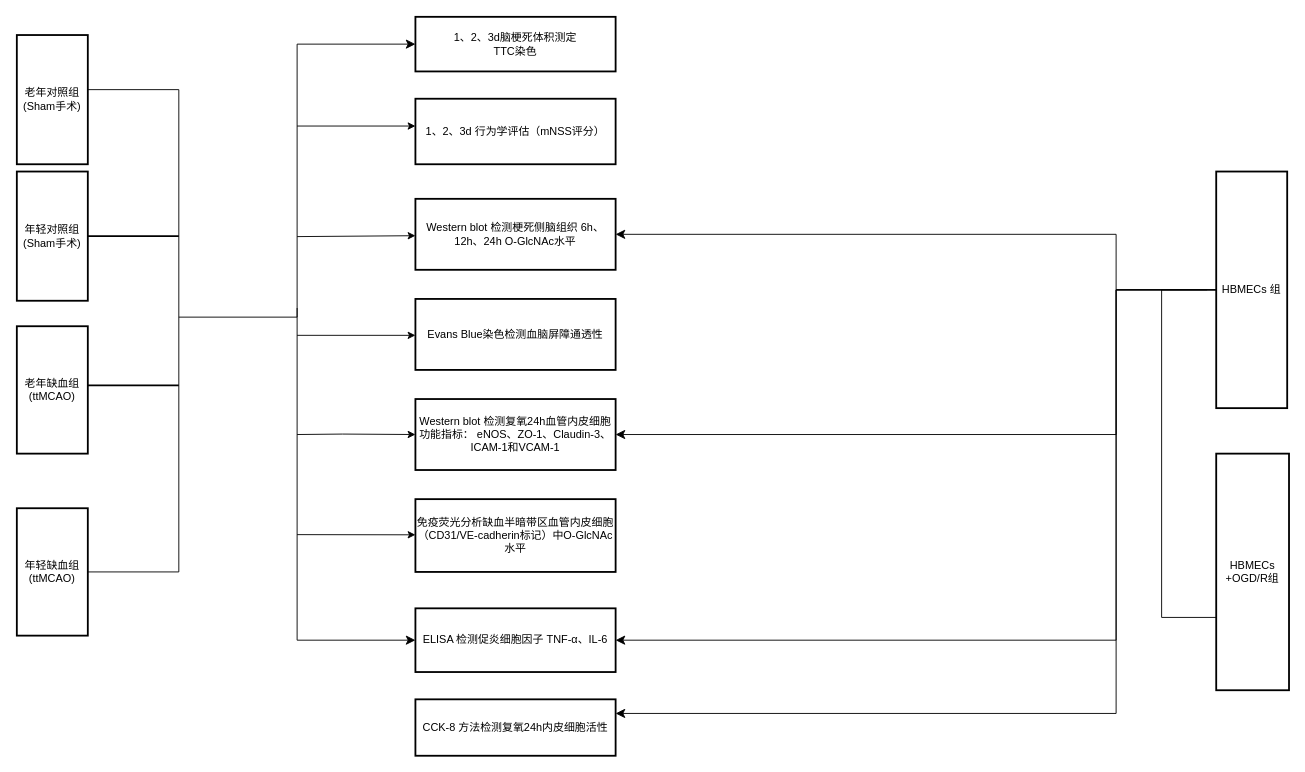
The draw.io diagram 未命名绘图.drawio in ATdoctor/AT, before the edit. Source tidied: cells renumbered, new cells numbered last; positions are measured from the earlier drawing's top-left corner, leaving out a move shared by most shapes. Both pictures are drawn from the tidied source at 91%, with x=0, y=0 at pixel (16, 16).
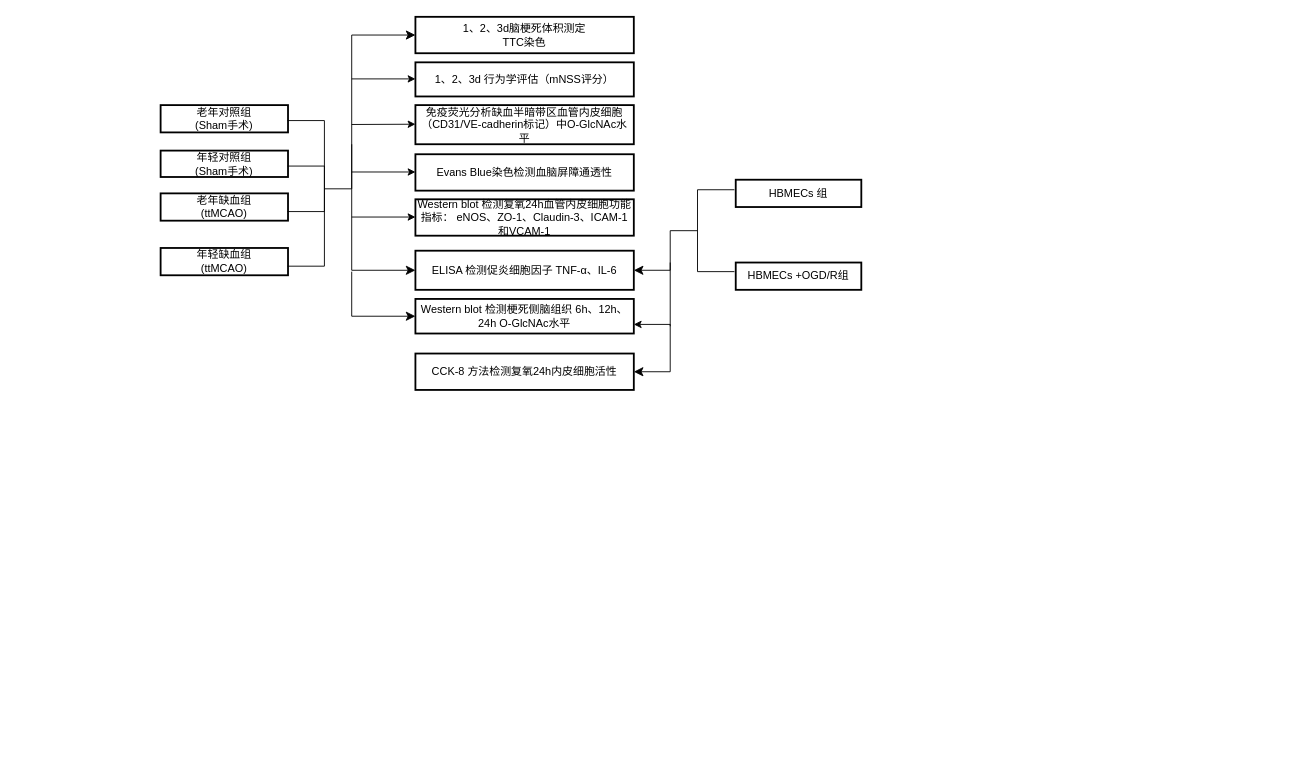
The same page after the edit.

What changed in the source:
```diff
@@
     <mxCell id="2" value="老年对照组&#10;(Sham手术)" style="whiteSpace=wrap;strokeWidth=2;direction=south;" parent="1" vertex="1">
-      <mxGeometry y="20" width="78" height="142" as="geometry" />
+      <mxGeometry x="158" y="97" width="140" height="30" as="geometry" />
     </mxCell>
     <mxCell id="3" value="年轻对照组&#10;(Sham手术)" style="whiteSpace=wrap;strokeWidth=2;direction=south;" parent="1" vertex="1">
-      <mxGeometry y="170" width="78" height="142" as="geometry" />
+      <mxGeometry x="158" y="147" width="140" height="29" as="geometry" />
     </mxCell>
     <mxCell id="4" value="老年缺血组&#10;(ttMCAO)" style="whiteSpace=wrap;strokeWidth=2;direction=south;" parent="1" vertex="1">
-      <mxGeometry y="340" width="78" height="140" as="geometry" />
+      <mxGeometry x="158" y="194" width="140" height="30" as="geometry" />
     </mxCell>
     <mxCell id="5" value="年轻缺血组&#10;(ttMCAO)" style="whiteSpace=wrap;strokeWidth=2;direction=south;" parent="1" vertex="1">
-      <mxGeometry y="540" width="78" height="140" as="geometry" />
+      <mxGeometry x="158" y="254" width="140" height="30" as="geometry" />
     </mxCell>
     <mxCell id="6" value="1、2、3d 行为学评估（mNSS评分）" style="whiteSpace=wrap;strokeWidth=2;direction=west;" parent="1" vertex="1">
-      <mxGeometry x="438" y="90" width="220" height="72" as="geometry" />
+      <mxGeometry x="438" y="50" width="240" height="37.5" as="geometry" />
     </mxCell>
     <mxCell id="7" value="1、2、3d脑梗死体积测定&#10;TTC染色" style="whiteSpace=wrap;strokeWidth=2;direction=west;" parent="1" vertex="1">
-      <mxGeometry x="438" width="220" height="60" as="geometry" />
+      <mxGeometry x="438" width="240" height="40" as="geometry" />
     </mxCell>
     <mxCell id="8" value="Evans Blue染色检测血脑屏障通透性" style="whiteSpace=wrap;strokeWidth=2;direction=west;" parent="1" vertex="1">
-      <mxGeometry x="438" y="310" width="220" height="78" as="geometry" />
+      <mxGeometry x="438" y="151" width="240" height="40" as="geometry" />
     </mxCell>
     <mxCell id="9" value="Western blot 检测梗死侧脑组织 6h、12h、24h O-GlcNAc水平" style="whiteSpace=wrap;strokeWidth=2;direction=west;" parent="1" vertex="1">
-      <mxGeometry x="438" y="200" width="220" height="78" as="geometry" />
+      <mxGeometry x="438" y="310" width="240" height="38" as="geometry" />
     </mxCell>
     <mxCell id="10" value="Western blot 检测复氧24h血管内皮细胞功能指标： eNOS、ZO-1、Claudin-3、ICAM-1和VCAM-1" style="whiteSpace=wrap;strokeWidth=2;direction=west;" parent="1" vertex="1">
-      <mxGeometry x="438" y="420" width="220" height="78" as="geometry" />
+      <mxGeometry x="438" y="200.5" width="240" height="40" as="geometry" />
     </mxCell>
     <mxCell id="11" value="免疫荧光分析缺血半暗带区血管内皮细胞（CD31/VE-cadherin标记）中O-GlcNAc水平" style="whiteSpace=wrap;strokeWidth=2;direction=west;" parent="1" vertex="1">
-      <mxGeometry x="438" y="530" width="220" height="80" as="geometry" />
+      <mxGeometry x="438" y="97" width="240" height="43" as="geometry" />
     </mxCell>
     <mxCell id="12" value="ELISA 检测促炎细胞因子 TNF-α、IL-6" style="whiteSpace=wrap;strokeWidth=2;direction=west;" parent="1" vertex="1">
-      <mxGeometry x="438" y="650" width="220" height="70" as="geometry" />
+      <mxGeometry x="438" y="257" width="240" height="43" as="geometry" />
     </mxCell>
     <mxCell id="13" value="HBMECs +OGD/R组" style="whiteSpace=wrap;strokeWidth=2;direction=south;" parent="1" vertex="1">
-      <mxGeometry x="1318" y="480" width="80" height="260" as="geometry" />
+      <mxGeometry x="790" y="270" width="138" height="30" as="geometry" />
     </mxCell>
     <mxCell id="14" value="HBMECs 组" style="whiteSpace=wrap;strokeWidth=2;direction=south;" parent="1" vertex="1">
-      <mxGeometry x="1318" y="170" width="78" height="260" as="geometry" />
+      <mxGeometry x="790" y="179" width="138" height="30" as="geometry" />
     </mxCell>
     <mxCell id="15" value="CCK-8 方法检测复氧24h内皮细胞活性" style="whiteSpace=wrap;strokeWidth=2;direction=west;" parent="1" vertex="1">
-      <mxGeometry x="438" y="750" width="220" height="62" as="geometry" />
+      <mxGeometry x="438" y="370" width="240" height="40" as="geometry" />
     </mxCell>
-    <mxCell id="16" style="edgeStyle=elbowEdgeStyle;elbow=horizontal;endArrow=classic;html=1;curved=0;rounded=0;endSize=8;startSize=8;exitX=0.5;exitY=1;exitDx=0;exitDy=0;entryX=0;entryY=0.5;entryDx=0;entryDy=0;" parent="1" edge="1" source="14" target="10">
-      <mxGeometry relative="1" as="geometry">
-        <Array as="points">
-          <mxPoint x="1208" y="390" />
-          <mxPoint x="1208" y="80" />
-        </Array>
-      </mxGeometry>
-    </mxCell>
-    <mxCell id="17" style="edgeStyle=elbowEdgeStyle;elbow=horizontal;endArrow=classic;html=1;curved=0;rounded=0;endSize=8;startSize=8;entryX=0;entryY=0.75;entryDx=0;entryDy=0;" parent="1" edge="1" target="15">
-      <mxGeometry relative="1" as="geometry">
-        <mxPoint x="1318" y="300" as="sourcePoint" />
-        <Array as="points">
-          <mxPoint x="1208" y="180" />
-        </Array>
-      </mxGeometry>
-    </mxCell>
-    <mxCell id="18" style="edgeStyle=elbowEdgeStyle;elbow=horizontal;endArrow=classic;html=1;curved=0;rounded=0;endSize=8;startSize=8;exitX=0.5;exitY=1;exitDx=0;exitDy=0;entryX=0;entryY=0.5;entryDx=0;entryDy=0;" parent="1" edge="1" source="14" target="9">
-      <mxGeometry relative="1" as="geometry">
-        <Array as="points">
-          <mxPoint x="1208" y="270" />
-          <mxPoint x="1208" y="260" />
-        </Array>
-      </mxGeometry>
-    </mxCell>
-    <mxCell id="19" style="edgeStyle=elbowEdgeStyle;elbow=horizontal;endArrow=classic;html=1;curved=0;rounded=0;endSize=8;startSize=8;entryX=0;entryY=0.5;entryDx=0;entryDy=0;" parent="1" edge="1" target="12">
-      <mxGeometry relative="1" as="geometry">
-        <mxPoint x="1308" y="300" as="sourcePoint" />
-        <Array as="points">
-          <mxPoint x="1208" y="500" />
-        </Array>
-      </mxGeometry>
-    </mxCell>
-    <mxCell id="20" style="endArrow=classic;html=1;rounded=0;entryX=1;entryY=0.5;entryDx=0;entryDy=0;" parent="1" edge="1" target="10">
-      <mxGeometry relative="1" as="geometry">
-        <mxPoint x="308" y="459" as="sourcePoint" />
-        <Array as="points">
-          <mxPoint x="358" y="458.5" />
-        </Array>
-      </mxGeometry>
-    </mxCell>
     <mxCell id="21" style="shape=partialRectangle;whiteSpace=wrap;html=1;bottom=1;right=1;left=1;top=0;fillColor=none;routingCenterX=-0.5;direction=north;" parent="1" vertex="1">
-      <mxGeometry x="78" y="80" width="100" height="530" as="geometry" />
+      <mxGeometry x="298" y="114" width="40" height="160" as="geometry" />
     </mxCell>
-    <mxCell id="22" style="line;strokeWidth=2;html=1;" parent="1" vertex="1">
-      <mxGeometry x="78" y="236" width="100" height="10" as="geometry" />
-    </mxCell>
-    <mxCell id="23" style="line;strokeWidth=2;html=1;" parent="1" vertex="1">
-      <mxGeometry x="78" y="400" width="100" height="10" as="geometry" />
-    </mxCell>
-    <mxCell id="24" style="edgeStyle=elbowEdgeStyle;elbow=horizontal;endArrow=classic;html=1;curved=0;rounded=0;endSize=8;startSize=8;entryX=1;entryY=0.5;entryDx=0;entryDy=0;" parent="1" edge="1" target="7">
+    <mxCell id="24" style="edgeStyle=elbowEdgeStyle;elbow=horizontal;endArrow=classic;html=1;curved=0;rounded=0;endSize=8;startSize=8;exitX=0.5;exitY=1;exitDx=0;exitDy=0;" parent="1" edge="1" source="34">
       <mxGeometry relative="1" as="geometry">
-        <mxPoint x="178" y="330" as="sourcePoint" />
+        <mxPoint x="438" y="20" as="targetPoint" />
         <Array as="points">
-          <mxPoint x="308" y="300" />
+          <mxPoint x="368" y="220" />
+          <mxPoint x="368" y="150" />
+          <mxPoint x="308" y="146" />
         </Array>
       </mxGeometry>
     </mxCell>
     <mxCell id="25" style="edgeStyle=elbowEdgeStyle;elbow=horizontal;endArrow=classic;html=1;curved=0;rounded=0;endSize=8;startSize=8;entryX=1;entryY=0.5;entryDx=0;entryDy=0;" parent="1" edge="1" target="12">
       <mxGeometry relative="1" as="geometry">
-        <mxPoint x="308" y="320" as="sourcePoint" />
+        <mxPoint x="368" y="140" as="sourcePoint" />
         <Array as="points">
-          <mxPoint x="308" y="360" />
-          <mxPoint x="308" y="340" />
+          <mxPoint x="368" y="460" />
+          <mxPoint x="308" y="215" />
+          <mxPoint x="308" y="195" />
         </Array>
       </mxGeometry>
     </mxCell>
     <mxCell id="26" style="endArrow=classic;html=1;rounded=0;" parent="1" edge="1">
       <mxGeometry relative="1" as="geometry">
-        <mxPoint x="308" y="350" as="sourcePoint" />
-        <mxPoint x="438" y="350" as="targetPoint" />
+        <mxPoint x="368" y="68.2" as="sourcePoint" />
+        <mxPoint x="438" y="68.2" as="targetPoint" />
       </mxGeometry>
     </mxCell>
-    <mxCell id="27" style="endArrow=classic;html=1;rounded=0;" parent="1" edge="1">
-      <mxGeometry relative="1" as="geometry">
-        <mxPoint x="308" y="241.5" as="sourcePoint" />
-        <mxPoint x="438" y="240.5" as="targetPoint" />
-      </mxGeometry>
-    </mxCell>
-    <mxCell id="28" style="shape=partialRectangle;whiteSpace=wrap;html=1;bottom=1;right=1;left=1;top=0;fillColor=none;routingCenterX=-0.5;direction=south;" parent="1" vertex="1">
-      <mxGeometry x="1258" y="300" width="60" height="360" as="geometry" />
-    </mxCell>
-    <mxCell id="29" style="endArrow=classic;html=1;rounded=0;" parent="1" edge="1">
-      <mxGeometry relative="1" as="geometry">
-        <mxPoint x="308" y="120" as="sourcePoint" />
-        <mxPoint x="438" y="120" as="targetPoint" />
-      </mxGeometry>
-    </mxCell>
     <mxCell id="30" style="endArrow=classic;html=1;rounded=0;" parent="1" edge="1">
       <mxGeometry relative="1" as="geometry">
-        <mxPoint x="308" y="569" as="sourcePoint" />
-        <mxPoint x="438" y="569.2" as="targetPoint" />
+        <mxPoint x="368" y="118.3" as="sourcePoint" />
+        <mxPoint x="438" y="118" as="targetPoint" />
       </mxGeometry>
     </mxCell>
+    <mxCell id="31" style="endArrow=classic;html=1;rounded=0;" parent="1" edge="1">
+      <mxGeometry relative="1" as="geometry">
+        <mxPoint x="368" y="170.5" as="sourcePoint" />
+        <mxPoint x="438" y="170.5" as="targetPoint" />
+      </mxGeometry>
+    </mxCell>
+    <mxCell id="32" style="shape=partialRectangle;whiteSpace=wrap;html=1;bottom=1;right=1;left=1;top=0;fillColor=none;routingCenterX=-0.5;direction=south;" parent="1" vertex="1">
+      <mxGeometry x="748" y="190" width="40" height="90" as="geometry" />
+    </mxCell>
+    <mxCell id="33" style="edgeStyle=elbowEdgeStyle;elbow=horizontal;endArrow=classic;html=1;curved=0;rounded=0;endSize=8;startSize=8;entryX=1;entryY=0.5;entryDx=0;entryDy=0;" parent="1" edge="1" target="9">
+      <mxGeometry relative="1" as="geometry">
+        <mxPoint x="368" y="280" as="sourcePoint" />
+        <Array as="points">
+          <mxPoint x="368" y="330" />
+        </Array>
+      </mxGeometry>
+    </mxCell>
+    <mxCell id="34" style="shape=partialRectangle;whiteSpace=wrap;html=1;bottom=1;right=1;left=1;top=0;fillColor=none;routingCenterX=-0.5;direction=north;" parent="1" vertex="1">
+      <mxGeometry x="298" y="164" width="40" height="50" as="geometry" />
+    </mxCell>
+    <mxCell id="35" style="edgeStyle=elbowEdgeStyle;elbow=horizontal;endArrow=classic;html=1;curved=0;rounded=0;endSize=8;startSize=8;entryX=0;entryY=0.5;entryDx=0;entryDy=0;exitX=0.5;exitY=1;exitDx=0;exitDy=0;" parent="1" edge="1" source="32" target="12">
+      <mxGeometry relative="1" as="geometry">
+        <Array as="points">
+          <mxPoint x="718" y="260" />
+        </Array>
+      </mxGeometry>
+    </mxCell>
+    <mxCell id="36" style="edgeStyle=elbowEdgeStyle;elbow=horizontal;endArrow=classic;html=1;curved=0;rounded=0;endSize=8;startSize=8;entryX=0;entryY=0.5;entryDx=0;entryDy=0;" parent="1" edge="1" target="15">
+      <mxGeometry relative="1" as="geometry">
+        <mxPoint x="718" y="270" as="sourcePoint" />
+        <Array as="points">
+          <mxPoint x="718" y="380" />
+        </Array>
+      </mxGeometry>
+    </mxCell>
+    <mxCell id="37" style="endArrow=classic;html=1;rounded=0;" parent="1" edge="1">
+      <mxGeometry relative="1" as="geometry">
+        <mxPoint x="718" y="340" as="sourcePoint" />
+        <mxPoint x="678" y="338" as="targetPoint" />
+        <Array as="points">
+          <mxPoint x="718" y="338" />
+        </Array>
+      </mxGeometry>
+    </mxCell>
+    <mxCell id="38" style="endArrow=classic;html=1;rounded=0;" parent="1" edge="1">
+      <mxGeometry relative="1" as="geometry">
+        <mxPoint x="368" y="220" as="sourcePoint" />
+        <mxPoint x="438" y="220" as="targetPoint" />
+      </mxGeometry>
+    </mxCell>
```
